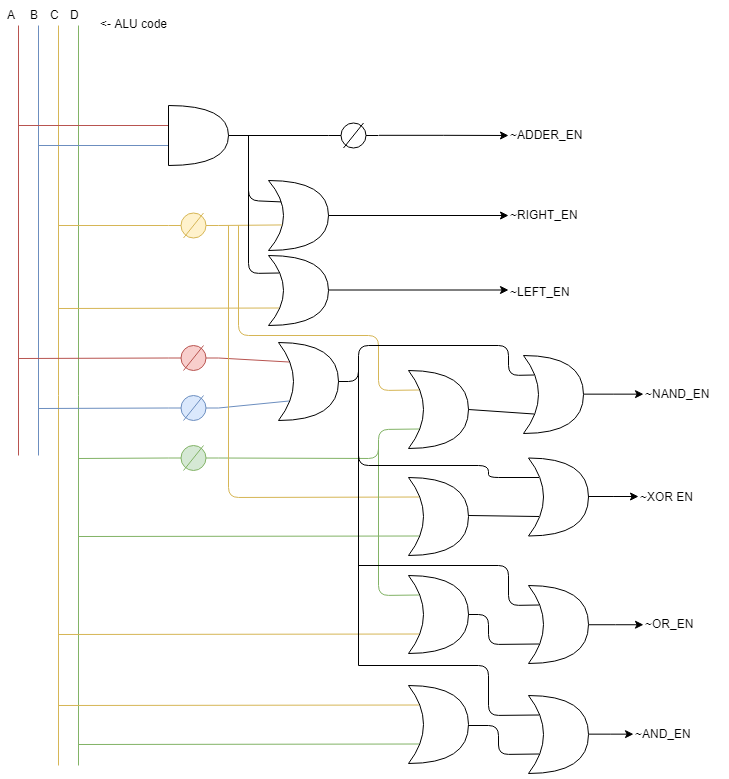
Earlier version of the draw.io export Diagrams/High level/aludecode.png (Lucboulesteix/TinyRISC). Source tidied: cells renumbered, new cells last; positions are measured from the earlier drawing's top-left corner, leaving out a move shared by most shapes. Its diagram source:
```xml
<mxGraphModel>
  <root>
    <mxCell id="0" />
    <mxCell id="1" parent="0" />
    <mxCell id="2" style="endArrow=none;html=1;fillColor=#f8cecc;strokeColor=#b85450;" parent="1" edge="1">
      <mxGeometry relative="1" as="geometry">
        <mxPoint x="13" y="450" as="sourcePoint" />
        <mxPoint x="13" y="20" as="targetPoint" />
      </mxGeometry>
    </mxCell>
    <mxCell id="3" style="endArrow=none;html=1;fillColor=#dae8fc;strokeColor=#6c8ebf;" parent="1" edge="1">
      <mxGeometry relative="1" as="geometry">
        <mxPoint x="33" y="450" as="sourcePoint" />
        <mxPoint x="33" y="20" as="targetPoint" />
      </mxGeometry>
    </mxCell>
    <mxCell id="4" style="endArrow=none;html=1;fillColor=#fff2cc;strokeColor=#d6b656;" parent="1" edge="1">
      <mxGeometry relative="1" as="geometry">
        <mxPoint x="53" y="760" as="sourcePoint" />
        <mxPoint x="53" y="20" as="targetPoint" />
      </mxGeometry>
    </mxCell>
    <mxCell id="5" style="endArrow=none;html=1;fillColor=#d5e8d4;strokeColor=#82b366;" parent="1" edge="1">
      <mxGeometry relative="1" as="geometry">
        <mxPoint x="73" y="760" as="sourcePoint" />
        <mxPoint x="73" y="20" as="targetPoint" />
      </mxGeometry>
    </mxCell>
    <mxCell id="6" value="A" style="text;html=1;align=left;verticalAlign=top;spacingTop=-4;" parent="1" vertex="1">
      <mxGeometry width="20" height="20" as="geometry" />
    </mxCell>
    <mxCell id="7" value="B" style="text;html=1;align=left;verticalAlign=top;spacingTop=-4;" parent="1" vertex="1">
      <mxGeometry x="23" width="20" height="20" as="geometry" />
    </mxCell>
    <mxCell id="8" value="C" style="text;html=1;align=left;verticalAlign=top;spacingTop=-4;" parent="1" vertex="1">
      <mxGeometry x="43" width="20" height="20" as="geometry" />
    </mxCell>
    <mxCell id="9" value="D" style="text;html=1;align=left;verticalAlign=top;spacingTop=-4;" parent="1" vertex="1">
      <mxGeometry x="63" width="20" height="20" as="geometry" />
    </mxCell>
    <mxCell id="10" style="endArrow=none;html=1;fillColor=#f8cecc;strokeColor=#b85450;" parent="1" edge="1">
      <mxGeometry relative="1" as="geometry">
        <mxPoint x="183" y="120" as="sourcePoint" />
        <mxPoint x="13" y="120" as="targetPoint" />
      </mxGeometry>
    </mxCell>
    <mxCell id="11" style="endArrow=none;html=1;fillColor=#dae8fc;strokeColor=#6c8ebf;" parent="1" edge="1">
      <mxGeometry relative="1" as="geometry">
        <mxPoint x="183" y="140" as="sourcePoint" />
        <mxPoint x="33" y="140" as="targetPoint" />
      </mxGeometry>
    </mxCell>
    <mxCell id="12" style="shape=or;whiteSpace=wrap;html=1;" parent="1" vertex="1">
      <mxGeometry x="163" y="100" width="60" height="60" as="geometry" />
    </mxCell>
    <mxCell id="13" style="edgeStyle=orthogonalEdgeStyle;rounded=0;jettySize=auto;html=1;exitX=1;exitY=0.5;exitDx=0;exitDy=0;exitPerimeter=0;" parent="1" edge="1" source="14">
      <mxGeometry relative="1" as="geometry">
        <mxPoint x="503" y="130" as="targetPoint" />
      </mxGeometry>
    </mxCell>
    <mxCell id="14" style="verticalLabelPosition=bottom;shadow=0;dashed=0;align=center;fillColor=#ffffff;html=1;verticalAlign=top;strokeWidth=1;shape=mxgraph.electrical.plc_ladder.not_output_2;" parent="1" vertex="1">
      <mxGeometry x="323" y="117.5" width="50" height="25" as="geometry" />
    </mxCell>
    <mxCell id="15" value="~ADDER_EN" style="text;html=1;align=left;verticalAlign=top;spacingTop=-4;" parent="1" vertex="1">
      <mxGeometry x="503" y="120" width="90" height="20" as="geometry" />
    </mxCell>
    <mxCell id="16" style="endArrow=none;html=1;entryX=1;entryY=0.5;entryDx=0;entryDy=0;entryPerimeter=0;exitX=0;exitY=0.5;exitDx=0;exitDy=0;exitPerimeter=0;" parent="1" edge="1" source="14" target="12">
      <mxGeometry relative="1" as="geometry" />
    </mxCell>
    <mxCell id="17" style="verticalLabelPosition=bottom;shadow=0;dashed=0;align=center;fillColor=#fff2cc;html=1;verticalAlign=top;strokeWidth=1;shape=mxgraph.electrical.plc_ladder.not_output_2;strokeColor=#d6b656;" parent="1" vertex="1">
      <mxGeometry x="163" y="207.5" width="50" height="25" as="geometry" />
    </mxCell>
    <mxCell id="18" style="shape=xor;whiteSpace=wrap;html=1;" parent="1" vertex="1">
      <mxGeometry x="263" y="175" width="60" height="70" as="geometry" />
    </mxCell>
    <mxCell id="19" style="endArrow=none;html=1;exitX=0.212;exitY=0.306;exitDx=0;exitDy=0;exitPerimeter=0;" parent="1" edge="1" source="18">
      <mxGeometry relative="1" as="geometry">
        <mxPoint x="243" y="130" as="targetPoint" />
        <Array as="points">
          <mxPoint x="243" y="195" />
        </Array>
      </mxGeometry>
    </mxCell>
    <mxCell id="20" style="endArrow=none;html=1;entryX=0;entryY=0.5;entryDx=0;entryDy=0;entryPerimeter=0;fillColor=#fff2cc;strokeColor=#d6b656;" parent="1" edge="1" target="17">
      <mxGeometry relative="1" as="geometry">
        <mxPoint x="53" y="220" as="sourcePoint" />
      </mxGeometry>
    </mxCell>
    <mxCell id="21" style="endArrow=none;html=1;entryX=1;entryY=0.5;entryDx=0;entryDy=0;entryPerimeter=0;fillColor=#fff2cc;strokeColor=#d6b656;exitX=0.224;exitY=0.635;exitDx=0;exitDy=0;exitPerimeter=0;" parent="1" edge="1" source="18" target="17">
      <mxGeometry relative="1" as="geometry" />
    </mxCell>
    <mxCell id="22" style="shape=xor;whiteSpace=wrap;html=1;" parent="1" vertex="1">
      <mxGeometry x="263" y="250" width="60" height="70" as="geometry" />
    </mxCell>
    <mxCell id="23" style="endArrow=none;html=1;entryX=0.175;entryY=0.75;entryDx=0;entryDy=0;entryPerimeter=0;fillColor=#fff2cc;strokeColor=#d6b656;" parent="1" edge="1" target="22">
      <mxGeometry relative="1" as="geometry">
        <mxPoint x="53" y="303" as="sourcePoint" />
      </mxGeometry>
    </mxCell>
    <mxCell id="24" style="endArrow=none;html=1;exitX=0.175;exitY=0.25;exitDx=0;exitDy=0;exitPerimeter=0;" parent="1" edge="1" source="22">
      <mxGeometry relative="1" as="geometry">
        <mxPoint x="243" y="180" as="targetPoint" />
        <Array as="points">
          <mxPoint x="243" y="268" />
        </Array>
      </mxGeometry>
    </mxCell>
    <mxCell id="25" style="endArrow=classic;html=1;exitX=1;exitY=0.5;exitDx=0;exitDy=0;exitPerimeter=0;" parent="1" edge="1" source="18">
      <mxGeometry relative="1" as="geometry">
        <mxPoint x="503" y="210" as="targetPoint" />
      </mxGeometry>
    </mxCell>
    <mxCell id="26" value="~RIGHT_EN" style="text;html=1;align=left;verticalAlign=top;spacingTop=-4;" parent="1" vertex="1">
      <mxGeometry x="503" y="200" width="80" height="20" as="geometry" />
    </mxCell>
    <mxCell id="27" style="endArrow=classic;html=1;exitX=1;exitY=0.5;exitDx=0;exitDy=0;exitPerimeter=0;" parent="1" edge="1">
      <mxGeometry relative="1" as="geometry">
        <mxPoint x="323" y="284.5" as="sourcePoint" />
        <mxPoint x="503" y="284.5" as="targetPoint" />
      </mxGeometry>
    </mxCell>
    <mxCell id="28" value="~LEFT_EN" style="text;html=1;align=left;verticalAlign=top;spacingTop=-4;" parent="1" vertex="1">
      <mxGeometry x="503" y="277.5" width="80" height="20" as="geometry" />
    </mxCell>
    <mxCell id="29" style="verticalLabelPosition=bottom;shadow=0;dashed=0;align=center;fillColor=#f8cecc;html=1;verticalAlign=top;strokeWidth=1;shape=mxgraph.electrical.plc_ladder.not_output_2;strokeColor=#b85450;" parent="1" vertex="1">
      <mxGeometry x="163" y="340" width="50" height="25" as="geometry" />
    </mxCell>
    <mxCell id="30" style="verticalLabelPosition=bottom;shadow=0;dashed=0;align=center;fillColor=#dae8fc;html=1;verticalAlign=top;strokeWidth=1;shape=mxgraph.electrical.plc_ladder.not_output_2;strokeColor=#6c8ebf;" parent="1" vertex="1">
      <mxGeometry x="163" y="390" width="50" height="25" as="geometry" />
    </mxCell>
    <mxCell id="31" style="verticalLabelPosition=bottom;shadow=0;dashed=0;align=center;fillColor=#d5e8d4;html=1;verticalAlign=top;strokeWidth=1;shape=mxgraph.electrical.plc_ladder.not_output_2;strokeColor=#82b366;" parent="1" vertex="1">
      <mxGeometry x="163" y="440" width="50" height="25" as="geometry" />
    </mxCell>
    <mxCell id="32" style="endArrow=none;html=1;entryX=0;entryY=0.5;entryDx=0;entryDy=0;entryPerimeter=0;fillColor=#d5e8d4;strokeColor=#82b366;" parent="1" edge="1" target="31">
      <mxGeometry relative="1" as="geometry">
        <mxPoint x="73" y="453" as="sourcePoint" />
      </mxGeometry>
    </mxCell>
    <mxCell id="33" style="endArrow=none;html=1;entryX=0;entryY=0.5;entryDx=0;entryDy=0;entryPerimeter=0;fillColor=#dae8fc;strokeColor=#6c8ebf;" parent="1" edge="1" target="30">
      <mxGeometry relative="1" as="geometry">
        <mxPoint x="33" y="403" as="sourcePoint" />
      </mxGeometry>
    </mxCell>
    <mxCell id="34" style="endArrow=none;html=1;exitX=0;exitY=0.5;exitDx=0;exitDy=0;exitPerimeter=0;fillColor=#f8cecc;strokeColor=#b85450;" parent="1" edge="1" source="29">
      <mxGeometry relative="1" as="geometry">
        <mxPoint x="13" y="353" as="targetPoint" />
      </mxGeometry>
    </mxCell>
    <mxCell id="35" style="shape=xor;whiteSpace=wrap;html=1;" parent="1" vertex="1">
      <mxGeometry x="273" y="337" width="60" height="78" as="geometry" />
    </mxCell>
    <mxCell id="36" style="endArrow=none;html=1;entryX=1;entryY=0.5;entryDx=0;entryDy=0;entryPerimeter=0;exitX=0.175;exitY=0.25;exitDx=0;exitDy=0;exitPerimeter=0;fillColor=#f8cecc;strokeColor=#b85450;" parent="1" edge="1" source="35" target="29">
      <mxGeometry relative="1" as="geometry" />
    </mxCell>
    <mxCell id="37" style="endArrow=none;html=1;entryX=1;entryY=0.5;entryDx=0;entryDy=0;entryPerimeter=0;exitX=0.175;exitY=0.75;exitDx=0;exitDy=0;exitPerimeter=0;fillColor=#dae8fc;strokeColor=#6c8ebf;" parent="1" edge="1" source="35" target="30">
      <mxGeometry relative="1" as="geometry" />
    </mxCell>
    <mxCell id="38" style="shape=xor;whiteSpace=wrap;html=1;" parent="1" vertex="1">
      <mxGeometry x="403" y="365" width="60" height="78" as="geometry" />
    </mxCell>
    <mxCell id="39" style="endArrow=none;html=1;entryX=1;entryY=0.5;entryDx=0;entryDy=0;entryPerimeter=0;exitX=0.175;exitY=0.75;exitDx=0;exitDy=0;exitPerimeter=0;fillColor=#d5e8d4;strokeColor=#82b366;" parent="1" edge="1" source="38" target="31">
      <mxGeometry relative="1" as="geometry">
        <Array as="points">
          <mxPoint x="373" y="424" />
          <mxPoint x="373" y="453" />
        </Array>
      </mxGeometry>
    </mxCell>
    <mxCell id="40" style="endArrow=none;html=1;exitX=0.175;exitY=0.25;exitDx=0;exitDy=0;exitPerimeter=0;fillColor=#fff2cc;strokeColor=#d6b656;" parent="1" edge="1" source="38">
      <mxGeometry relative="1" as="geometry">
        <mxPoint x="233" y="220" as="targetPoint" />
        <Array as="points">
          <mxPoint x="373" y="385" />
          <mxPoint x="373" y="330" />
          <mxPoint x="233" y="330" />
        </Array>
      </mxGeometry>
    </mxCell>
    <mxCell id="41" value="~NAND_EN" style="text;html=1;points=[];align=left;verticalAlign=top;spacingTop=-4;" parent="1" vertex="1">
      <mxGeometry x="638" y="379" width="80" height="20" as="geometry" />
    </mxCell>
    <mxCell id="42" style="shape=xor;whiteSpace=wrap;html=1;" parent="1" vertex="1">
      <mxGeometry x="403" y="472" width="60" height="78" as="geometry" />
    </mxCell>
    <mxCell id="43" style="endArrow=none;html=1;entryX=0.175;entryY=0.75;entryDx=0;entryDy=0;entryPerimeter=0;fillColor=#d5e8d4;strokeColor=#82b366;" parent="1" edge="1" target="42">
      <mxGeometry relative="1" as="geometry">
        <mxPoint x="73" y="531" as="sourcePoint" />
      </mxGeometry>
    </mxCell>
    <mxCell id="44" style="endArrow=none;html=1;entryX=0.175;entryY=0.25;entryDx=0;entryDy=0;entryPerimeter=0;fillColor=#fff2cc;strokeColor=#d6b656;" parent="1" edge="1" target="42">
      <mxGeometry relative="1" as="geometry">
        <mxPoint x="223" y="220" as="sourcePoint" />
        <Array as="points">
          <mxPoint x="223" y="492" />
        </Array>
      </mxGeometry>
    </mxCell>
    <mxCell id="45" style="endArrow=none;html=1;exitX=1;exitY=0.5;exitDx=0;exitDy=0;exitPerimeter=0;endFill=0;entryX=0.175;entryY=0.75;entryDx=0;entryDy=0;entryPerimeter=0;" parent="1" edge="1" target="60">
      <mxGeometry relative="1" as="geometry">
        <mxPoint x="463" y="510" as="sourcePoint" />
      </mxGeometry>
    </mxCell>
    <mxCell id="46" value="~XOR EN" style="text;html=1;points=[];align=left;verticalAlign=top;spacingTop=-4;" parent="1" vertex="1">
      <mxGeometry x="633" y="481.5" width="70" height="20" as="geometry" />
    </mxCell>
    <mxCell id="47" style="shape=xor;whiteSpace=wrap;html=1;" parent="1" vertex="1">
      <mxGeometry x="403" y="570" width="60" height="78" as="geometry" />
    </mxCell>
    <mxCell id="48" style="endArrow=none;html=1;entryX=0.175;entryY=0.75;entryDx=0;entryDy=0;entryPerimeter=0;fillColor=#fff2cc;strokeColor=#d6b656;" parent="1" edge="1" target="47">
      <mxGeometry relative="1" as="geometry">
        <mxPoint x="53" y="629" as="sourcePoint" />
      </mxGeometry>
    </mxCell>
    <mxCell id="49" style="endArrow=none;html=1;exitX=0.175;exitY=0.25;exitDx=0;exitDy=0;exitPerimeter=0;fillColor=#d5e8d4;strokeColor=#82b366;" parent="1" edge="1" source="47">
      <mxGeometry relative="1" as="geometry">
        <mxPoint x="373" y="440" as="targetPoint" />
        <Array as="points">
          <mxPoint x="373" y="590" />
        </Array>
      </mxGeometry>
    </mxCell>
    <mxCell id="50" value="~OR_EN" style="text;html=1;points=[];align=left;verticalAlign=top;spacingTop=-4;" parent="1" vertex="1">
      <mxGeometry x="638" y="609" width="60" height="20" as="geometry" />
    </mxCell>
    <mxCell id="51" style="shape=xor;whiteSpace=wrap;html=1;" parent="1" vertex="1">
      <mxGeometry x="403" y="680" width="60" height="78" as="geometry" />
    </mxCell>
    <mxCell id="52" style="endArrow=none;html=1;entryX=0.175;entryY=0.75;entryDx=0;entryDy=0;entryPerimeter=0;fillColor=#d5e8d4;strokeColor=#82b366;" parent="1" edge="1" target="51">
      <mxGeometry relative="1" as="geometry">
        <mxPoint x="73" y="739" as="sourcePoint" />
      </mxGeometry>
    </mxCell>
    <mxCell id="53" style="endArrow=none;html=1;entryX=0.175;entryY=0.25;entryDx=0;entryDy=0;entryPerimeter=0;fillColor=#fff2cc;strokeColor=#d6b656;" parent="1" edge="1" target="51">
      <mxGeometry relative="1" as="geometry">
        <mxPoint x="53" y="700" as="sourcePoint" />
      </mxGeometry>
    </mxCell>
    <mxCell id="54" style="endArrow=none;html=1;exitX=1;exitY=0.5;exitDx=0;exitDy=0;exitPerimeter=0;endFill=0;entryX=0.175;entryY=0.75;entryDx=0;entryDy=0;entryPerimeter=0;" parent="1" edge="1" target="68">
      <mxGeometry relative="1" as="geometry">
        <mxPoint x="463" y="720" as="sourcePoint" />
        <Array as="points">
          <mxPoint x="493" y="720" />
          <mxPoint x="493" y="749" />
        </Array>
      </mxGeometry>
    </mxCell>
    <mxCell id="55" style="edgeStyle=orthogonalEdgeStyle;rounded=0;jettySize=auto;html=1;" parent="1" edge="1" source="56" target="41">
      <mxGeometry relative="1" as="geometry" />
    </mxCell>
    <mxCell id="56" style="shape=xor;whiteSpace=wrap;html=1;" parent="1" vertex="1">
      <mxGeometry x="518" y="350" width="60" height="78" as="geometry" />
    </mxCell>
    <mxCell id="57" style="endArrow=none;html=1;entryX=1;entryY=0.5;entryDx=0;entryDy=0;entryPerimeter=0;exitX=0.175;exitY=0.25;exitDx=0;exitDy=0;exitPerimeter=0;" parent="1" edge="1" source="56" target="35">
      <mxGeometry relative="1" as="geometry">
        <Array as="points">
          <mxPoint x="503" y="370" />
          <mxPoint x="503" y="340" />
          <mxPoint x="353" y="340" />
          <mxPoint x="353" y="376" />
        </Array>
      </mxGeometry>
    </mxCell>
    <mxCell id="58" style="endArrow=none;html=1;entryX=1;entryY=0.5;entryDx=0;entryDy=0;entryPerimeter=0;exitX=0.175;exitY=0.75;exitDx=0;exitDy=0;exitPerimeter=0;" parent="1" edge="1" source="56" target="38">
      <mxGeometry relative="1" as="geometry" />
    </mxCell>
    <mxCell id="59" style="edgeStyle=orthogonalEdgeStyle;rounded=0;jettySize=auto;html=1;endArrow=classic;endFill=1;" parent="1" edge="1" source="60" target="46">
      <mxGeometry relative="1" as="geometry" />
    </mxCell>
    <mxCell id="60" style="shape=xor;whiteSpace=wrap;html=1;" parent="1" vertex="1">
      <mxGeometry x="523" y="452.5" width="60" height="78" as="geometry" />
    </mxCell>
    <mxCell id="61" style="endArrow=none;html=1;entryX=0.175;entryY=0.25;entryDx=0;entryDy=0;entryPerimeter=0;" parent="1" edge="1" target="60">
      <mxGeometry relative="1" as="geometry">
        <mxPoint x="353" y="360" as="sourcePoint" />
        <Array as="points">
          <mxPoint x="353" y="460" />
          <mxPoint x="483" y="460" />
          <mxPoint x="483" y="472" />
        </Array>
      </mxGeometry>
    </mxCell>
    <mxCell id="62" style="edgeStyle=orthogonalEdgeStyle;rounded=0;jettySize=auto;html=1;endArrow=classic;endFill=1;" parent="1" edge="1" source="63" target="50">
      <mxGeometry relative="1" as="geometry" />
    </mxCell>
    <mxCell id="63" style="shape=xor;whiteSpace=wrap;html=1;" parent="1" vertex="1">
      <mxGeometry x="523" y="580" width="60" height="78" as="geometry" />
    </mxCell>
    <mxCell id="64" style="endArrow=none;html=1;" parent="1" edge="1">
      <mxGeometry relative="1" as="geometry">
        <mxPoint x="353" y="660" as="sourcePoint" />
        <mxPoint x="353" y="420" as="targetPoint" />
      </mxGeometry>
    </mxCell>
    <mxCell id="65" style="endArrow=none;html=1;entryX=0.175;entryY=0.25;entryDx=0;entryDy=0;entryPerimeter=0;" parent="1" edge="1" target="63">
      <mxGeometry relative="1" as="geometry">
        <mxPoint x="353" y="560" as="sourcePoint" />
        <Array as="points">
          <mxPoint x="503" y="560" />
          <mxPoint x="503" y="600" />
        </Array>
      </mxGeometry>
    </mxCell>
    <mxCell id="66" style="endArrow=none;html=1;entryX=0.175;entryY=0.75;entryDx=0;entryDy=0;entryPerimeter=0;exitX=1;exitY=0.5;exitDx=0;exitDy=0;exitPerimeter=0;" parent="1" edge="1" source="47" target="63">
      <mxGeometry relative="1" as="geometry">
        <Array as="points">
          <mxPoint x="483" y="609" />
          <mxPoint x="483" y="639" />
        </Array>
      </mxGeometry>
    </mxCell>
    <mxCell id="67" style="edgeStyle=orthogonalEdgeStyle;rounded=0;jettySize=auto;html=1;endArrow=classic;endFill=1;" parent="1" edge="1" source="68" target="69">
      <mxGeometry relative="1" as="geometry" />
    </mxCell>
    <mxCell id="68" style="shape=xor;whiteSpace=wrap;html=1;" parent="1" vertex="1">
      <mxGeometry x="523" y="690" width="60" height="78" as="geometry" />
    </mxCell>
    <mxCell id="69" value="~AND_EN" style="text;html=1;points=[];align=left;verticalAlign=top;spacingTop=-4;" parent="1" vertex="1">
      <mxGeometry x="628" y="719" width="70" height="20" as="geometry" />
    </mxCell>
    <mxCell id="70" style="endArrow=none;html=1;entryX=0.175;entryY=0.25;entryDx=0;entryDy=0;entryPerimeter=0;" parent="1" edge="1" target="68">
      <mxGeometry relative="1" as="geometry">
        <mxPoint x="353" y="660" as="sourcePoint" />
        <Array as="points">
          <mxPoint x="483" y="660" />
          <mxPoint x="483" y="710" />
        </Array>
      </mxGeometry>
    </mxCell>
    <mxCell id="71" value="&amp;lt;- ALU code" style="text;html=1;align=left;verticalAlign=top;spacingTop=-4;" parent="1" vertex="1">
      <mxGeometry x="93" y="9" width="80" height="20" as="geometry" />
    </mxCell>
  </root>
</mxGraphModel>
```
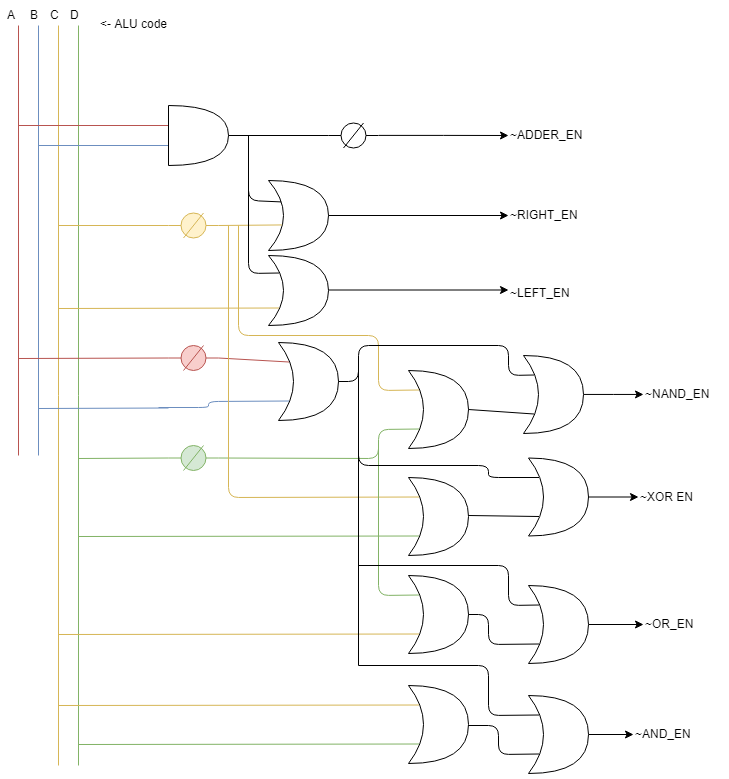
After the change.

Change to the diagram source:
```diff
@@ -125,9 +125,6 @@
     <mxCell id="29" style="verticalLabelPosition=bottom;shadow=0;dashed=0;align=center;fillColor=#f8cecc;html=1;verticalAlign=top;strokeWidth=1;shape=mxgraph.electrical.plc_ladder.not_output_2;strokeColor=#b85450;" parent="1" vertex="1">
       <mxGeometry x="163" y="340" width="50" height="25" as="geometry" />
     </mxCell>
-    <mxCell id="30" style="verticalLabelPosition=bottom;shadow=0;dashed=0;align=center;fillColor=#dae8fc;html=1;verticalAlign=top;strokeWidth=1;shape=mxgraph.electrical.plc_ladder.not_output_2;strokeColor=#6c8ebf;" parent="1" vertex="1">
-      <mxGeometry x="163" y="390" width="50" height="25" as="geometry" />
-    </mxCell>
     <mxCell id="31" style="verticalLabelPosition=bottom;shadow=0;dashed=0;align=center;fillColor=#d5e8d4;html=1;verticalAlign=top;strokeWidth=1;shape=mxgraph.electrical.plc_ladder.not_output_2;strokeColor=#82b366;" parent="1" vertex="1">
       <mxGeometry x="163" y="440" width="50" height="25" as="geometry" />
     </mxCell>
@@ -136,9 +133,10 @@
         <mxPoint x="73" y="453" as="sourcePoint" />
       </mxGeometry>
     </mxCell>
-    <mxCell id="33" style="endArrow=none;html=1;entryX=0;entryY=0.5;entryDx=0;entryDy=0;entryPerimeter=0;fillColor=#dae8fc;strokeColor=#6c8ebf;" parent="1" edge="1" target="30">
+    <mxCell id="33" style="endArrow=none;html=1;entryX=0;entryY=0.5;entryDx=0;entryDy=0;entryPerimeter=0;fillColor=#dae8fc;strokeColor=#6c8ebf;" parent="1" edge="1">
       <mxGeometry relative="1" as="geometry">
         <mxPoint x="33" y="403" as="sourcePoint" />
+        <mxPoint x="163" y="402.5" as="targetPoint" />
       </mxGeometry>
     </mxCell>
     <mxCell id="34" style="endArrow=none;html=1;exitX=0;exitY=0.5;exitDx=0;exitDy=0;exitPerimeter=0;fillColor=#f8cecc;strokeColor=#b85450;" parent="1" edge="1" source="29">
@@ -152,8 +150,14 @@
     <mxCell id="36" style="endArrow=none;html=1;entryX=1;entryY=0.5;entryDx=0;entryDy=0;entryPerimeter=0;exitX=0.175;exitY=0.25;exitDx=0;exitDy=0;exitPerimeter=0;fillColor=#f8cecc;strokeColor=#b85450;" parent="1" edge="1" source="35" target="29">
       <mxGeometry relative="1" as="geometry" />
     </mxCell>
-    <mxCell id="37" style="endArrow=none;html=1;entryX=1;entryY=0.5;entryDx=0;entryDy=0;entryPerimeter=0;exitX=0.175;exitY=0.75;exitDx=0;exitDy=0;exitPerimeter=0;fillColor=#dae8fc;strokeColor=#6c8ebf;" parent="1" edge="1" source="35" target="30">
-      <mxGeometry relative="1" as="geometry" />
+    <mxCell id="37" style="endArrow=none;html=1;exitX=0.175;exitY=0.75;exitDx=0;exitDy=0;exitPerimeter=0;fillColor=#dae8fc;strokeColor=#6c8ebf;" parent="1" edge="1" source="35">
+      <mxGeometry relative="1" as="geometry">
+        <mxPoint x="153" y="402" as="targetPoint" />
+        <Array as="points">
+          <mxPoint x="203" y="396" />
+          <mxPoint x="203" y="402" />
+        </Array>
+      </mxGeometry>
     </mxCell>
     <mxCell id="38" style="shape=xor;whiteSpace=wrap;html=1;" parent="1" vertex="1">
       <mxGeometry x="403" y="365" width="60" height="78" as="geometry" />
```
